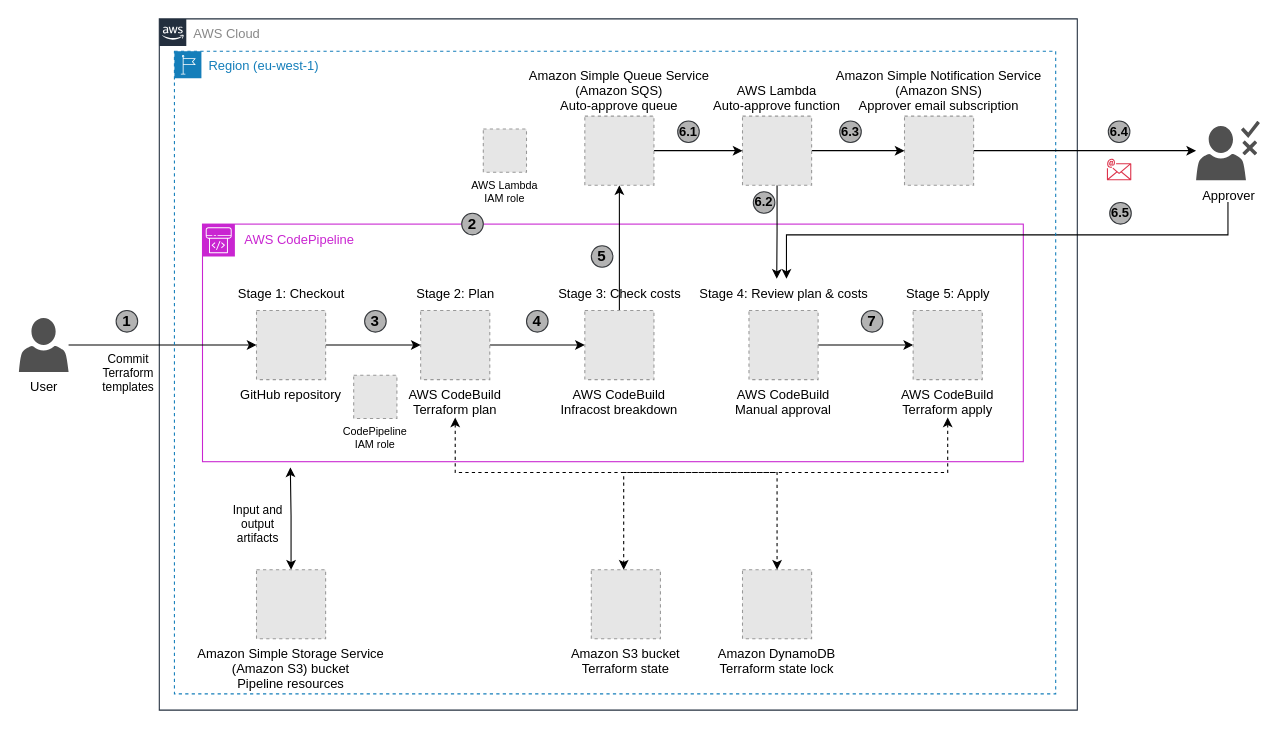
This is assets/pipeline.drawio from Igor-Ivaniuk/codepipeline-terraform, a draw.io file, before an edit. Source tidied: cells renumbered, new cells numbered last; positions are measured from the earlier drawing's top-left corner, leaving out a move shared by most shapes. Both pictures are drawn from the tidied source at 108%, with x=0, y=0 at pixel (18, 18). Pictures stored in the file or linked from it are replaced by grey dashed boxes.
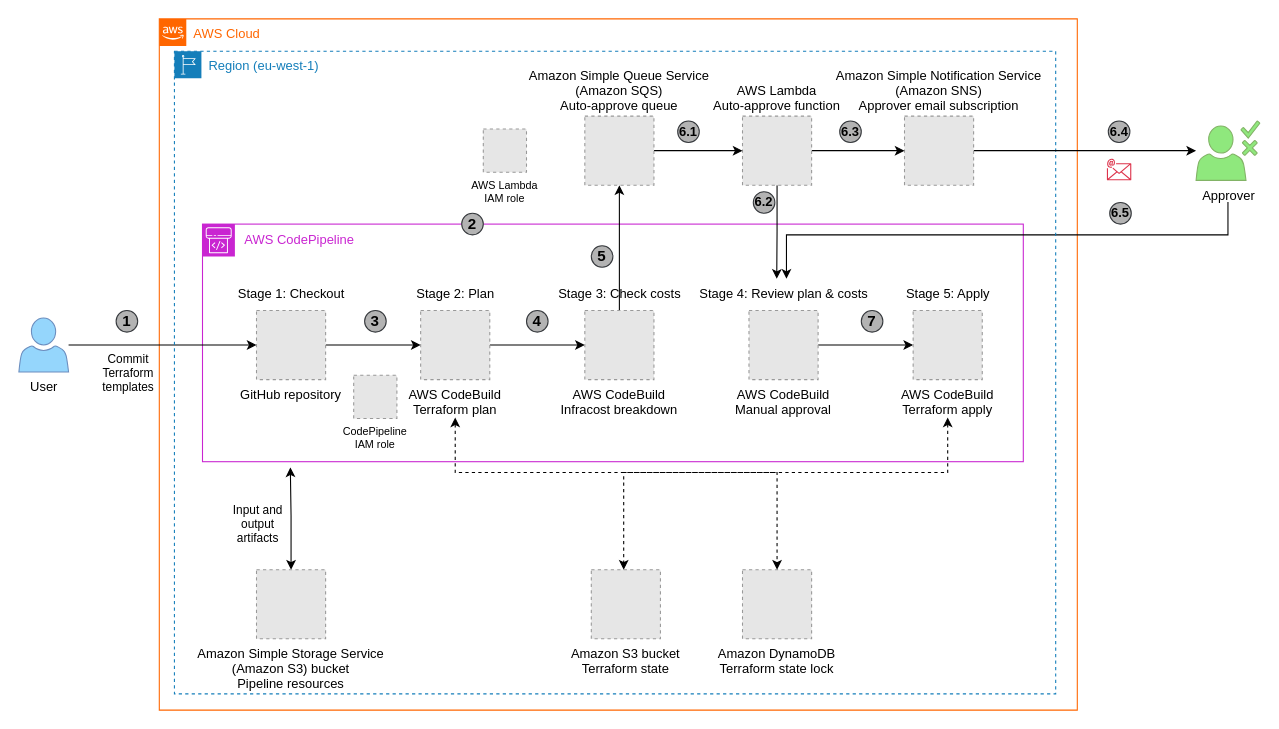
The same diagram, later.

Change to the diagram source:
```diff
@@
-    <mxCell id="8" value="&lt;font color=&quot;#888888&quot;&gt;AWS Cloud&lt;/font&gt;" style="gradientColor=none;html=1;whiteSpace=wrap;fontSize=12;fontStyle=0;shape=mxgraph.aws4.group;grIcon=mxgraph.aws4.group_aws_cloud_alt;strokeColor=#232F3E;fillColor=none;verticalAlign=top;align=left;spacingLeft=30;fontColor=#F0F0F0;dashed=0;" parent="1" vertex="1">
+    <mxCell id="8" value="&lt;font color=&quot;#ff6600&quot;&gt;AWS Cloud&lt;/font&gt;" style="gradientColor=none;html=1;whiteSpace=wrap;fontSize=12;fontStyle=0;shape=mxgraph.aws4.group;grIcon=mxgraph.aws4.group_aws_cloud_alt;strokeColor=#FF6600;fillColor=none;verticalAlign=top;align=left;spacingLeft=30;fontColor=#F0F0F0;dashed=0;" parent="1" vertex="1">
       <mxGeometry x="130" width="850" height="640" as="geometry" />
     </mxCell>
@@
-    <mxCell id="10" value="Approver" style="shadow=0;dashed=0;html=1;strokeColor=none;fillColor=#505050;labelPosition=center;verticalLabelPosition=bottom;verticalAlign=top;outlineConnect=0;align=center;shape=mxgraph.office.users.approver;" parent="1" vertex="1">
+    <mxCell id="10" value="Approver" style="shadow=0;dashed=0;html=1;strokeColor=#82b366;fillColor=#8FE87D;labelPosition=center;verticalLabelPosition=bottom;verticalAlign=top;outlineConnect=0;align=center;shape=mxgraph.office.users.approver;" parent="1" vertex="1">
       <mxGeometry x="1090" y="94.5" width="59" height="55" as="geometry" />
     </mxCell>
@@
-    <mxCell id="13" value="User" style="shadow=0;dashed=0;html=1;strokeColor=none;fillColor=#505050;labelPosition=center;verticalLabelPosition=bottom;verticalAlign=top;outlineConnect=0;align=center;shape=mxgraph.office.users.user;" parent="1" vertex="1">
+    <mxCell id="13" value="User" style="shadow=0;dashed=0;html=1;strokeColor=#6c8ebf;fillColor=#95D6FC;labelPosition=center;verticalLabelPosition=bottom;verticalAlign=top;outlineConnect=0;align=center;shape=mxgraph.office.users.user;" parent="1" vertex="1">
       <mxGeometry y="277" width="46" height="50" as="geometry" />
     </mxCell>
```
